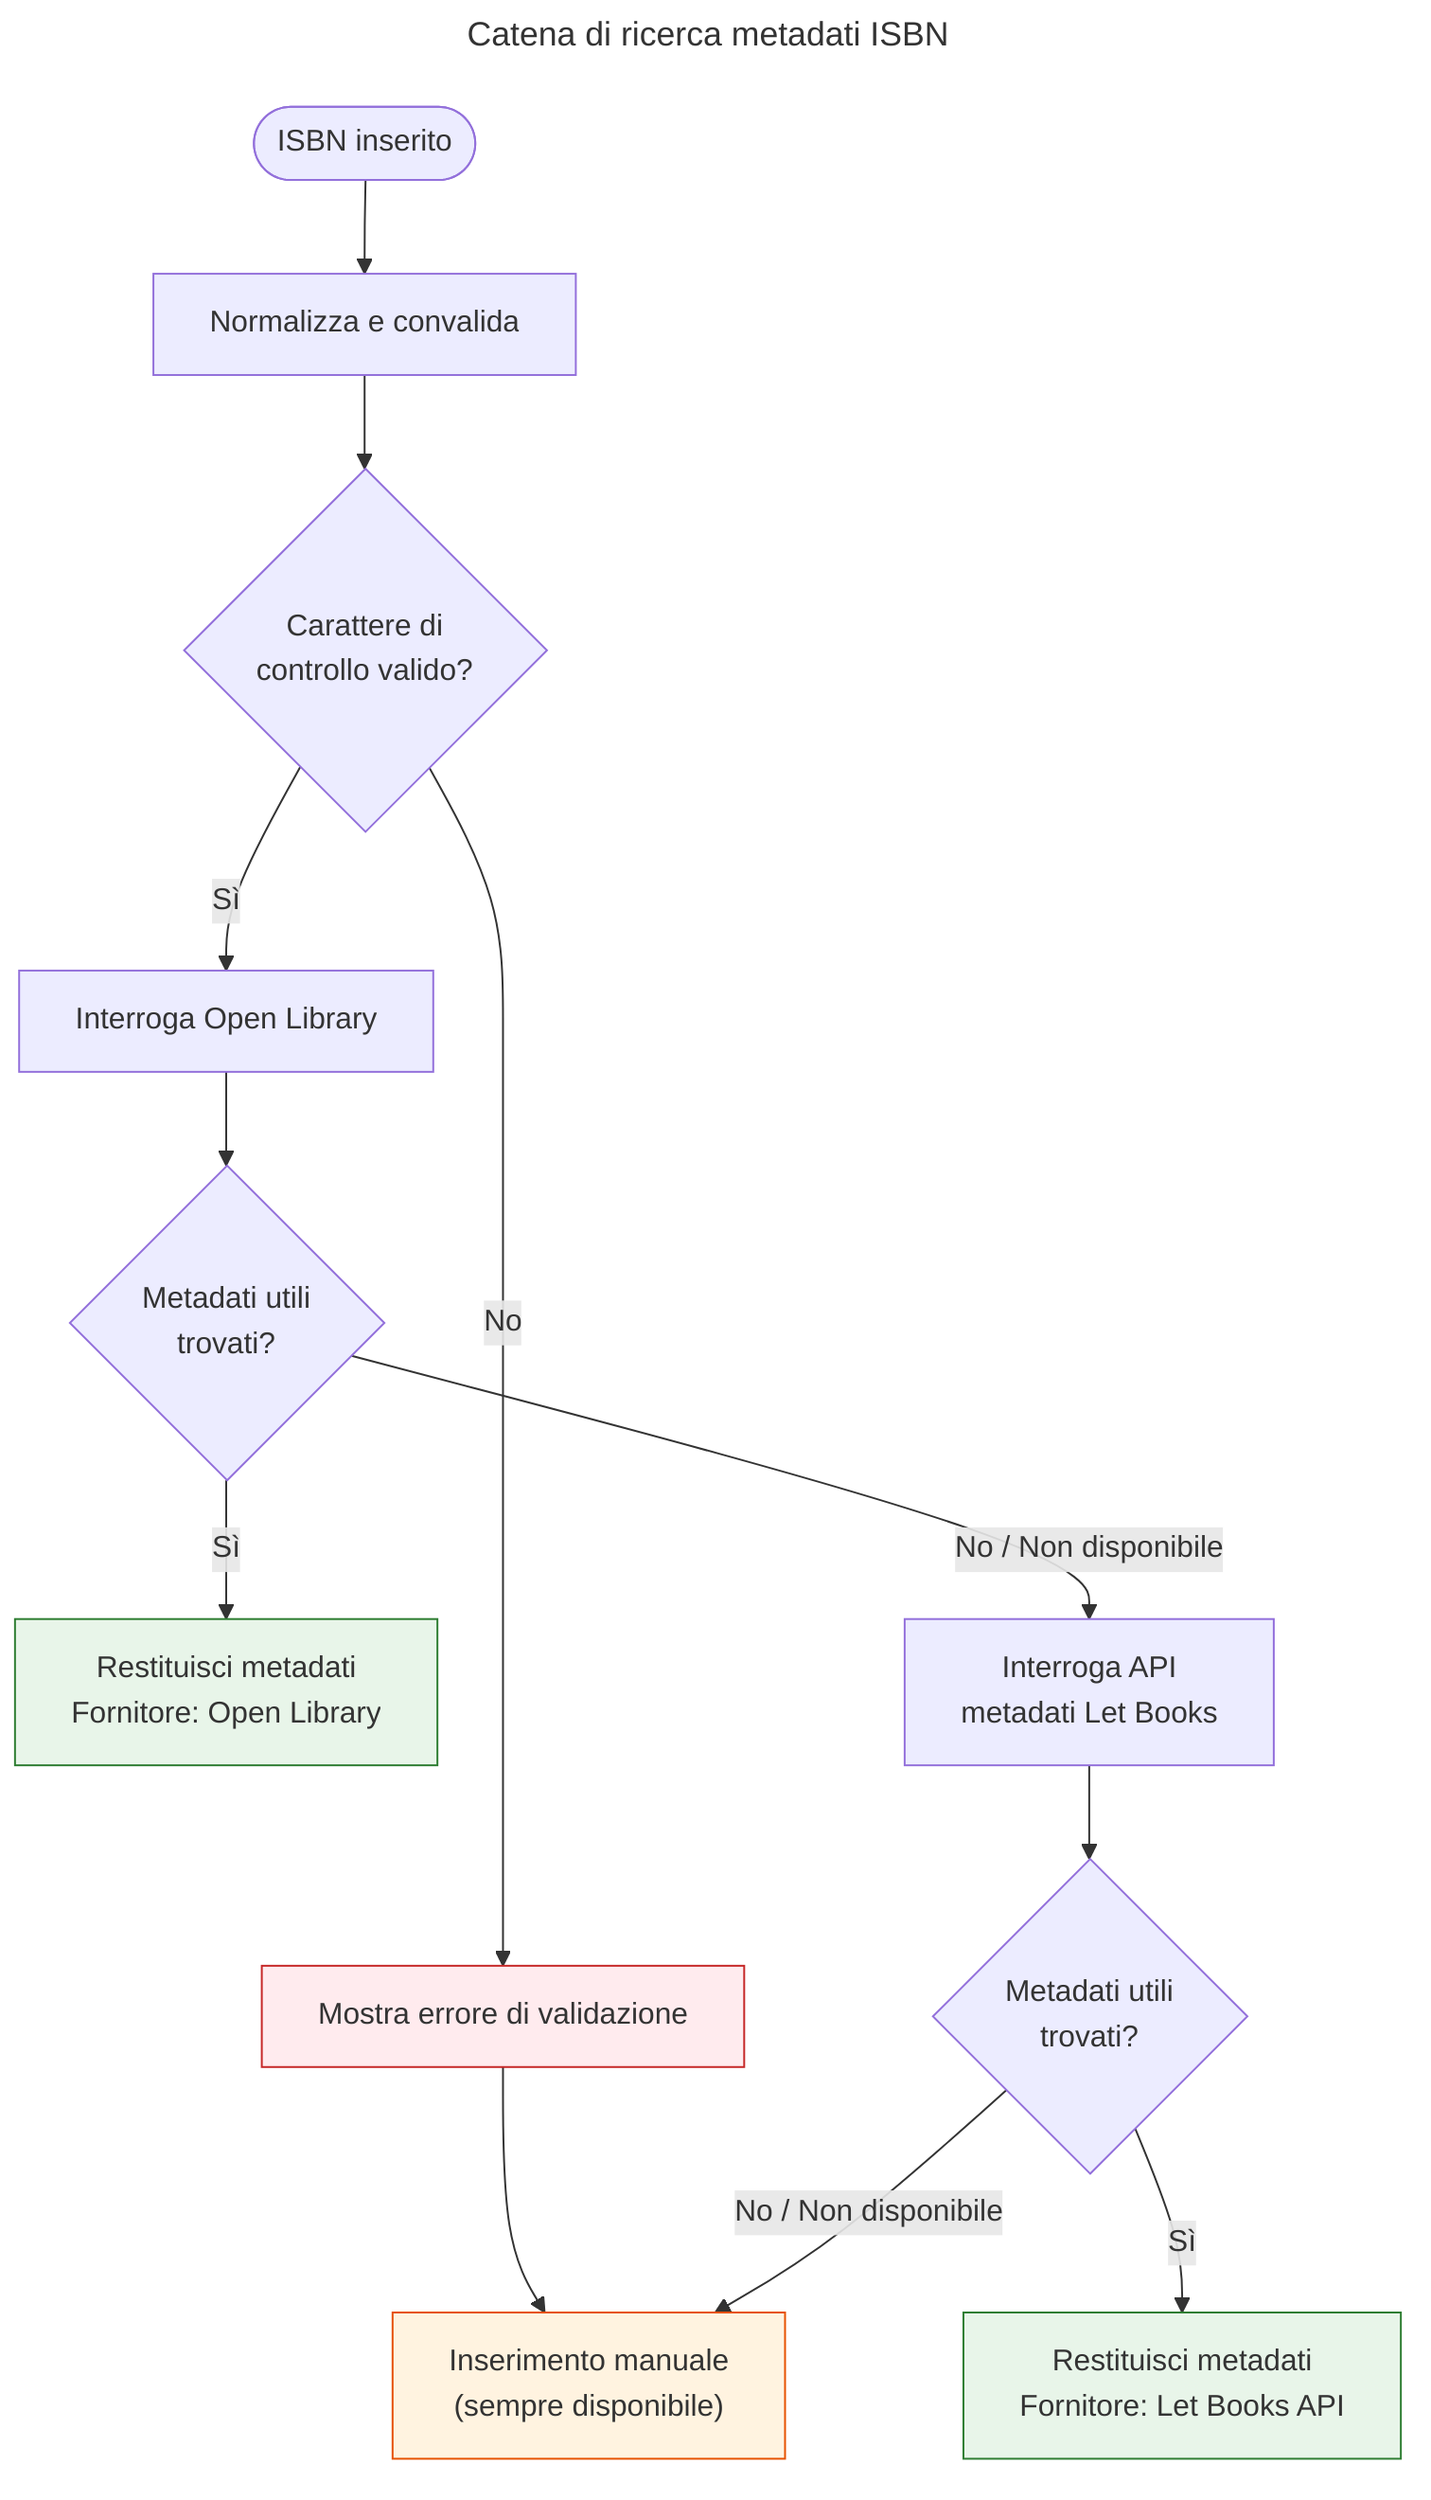
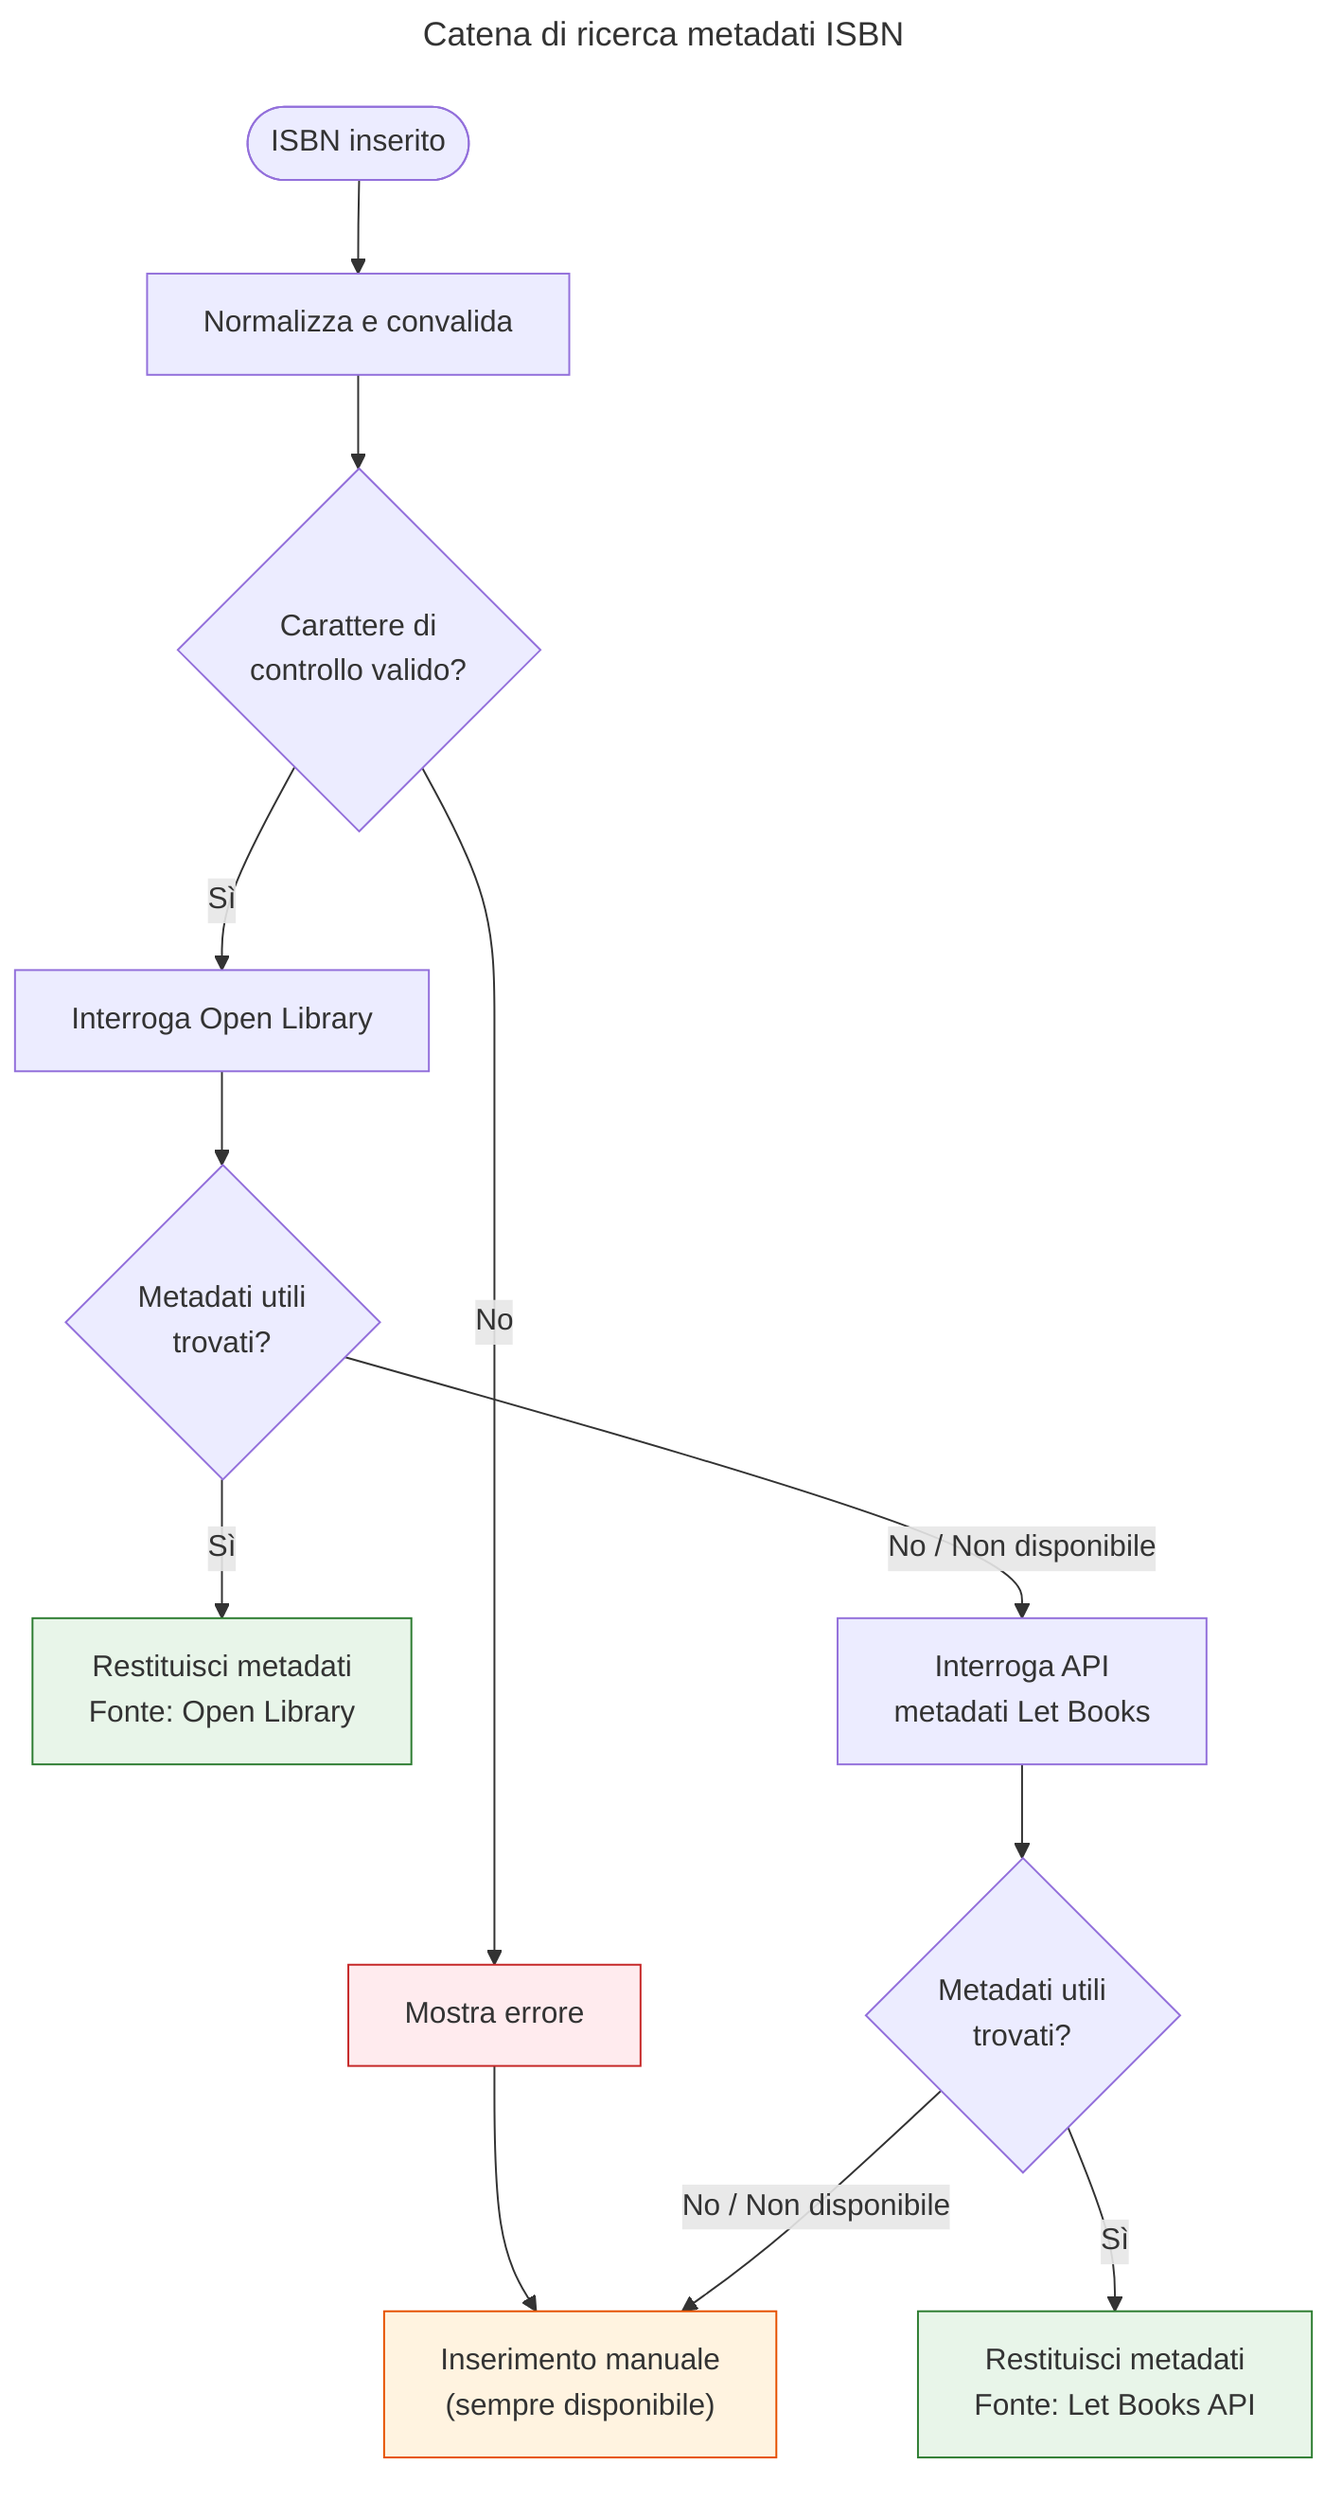
---
title: Catena di ricerca metadati ISBN
---
flowchart TD
    A(["ISBN inserito"]) --> B[Normalizza e convalida]
    B --> C{Carattere di<br/>controllo valido?}
-     C -->|No| D["Mostra errore di validazione"]
+     C -->|No| D["Mostra errore"]
    D --> E["Inserimento manuale<br/>(sempre disponibile)"]
    C -->|Sì| F["Interroga Open Library"]
    F --> G{Metadati utili<br/>trovati?}
-     G -->|Sì| H["Restituisci metadati<br/>Fornitore: Open Library"]
+     G -->|Sì| H["Restituisci metadati<br/>Fonte: Open Library"]
    G -->|No / Non disponibile| I["Interroga API<br/>metadati Let Books"]
    I --> J{Metadati utili<br/>trovati?}
-     J -->|Sì| K["Restituisci metadati<br/>Fornitore: Let Books API"]
+     J -->|Sì| K["Restituisci metadati<br/>Fonte: Let Books API"]
    J -->|No / Non disponibile| E

    style H fill:#e8f5e9,stroke:#2e7d32
    style K fill:#e8f5e9,stroke:#2e7d32
    style E fill:#fff3e0,stroke:#e65100
    style D fill:#ffebee,stroke:#c62828
